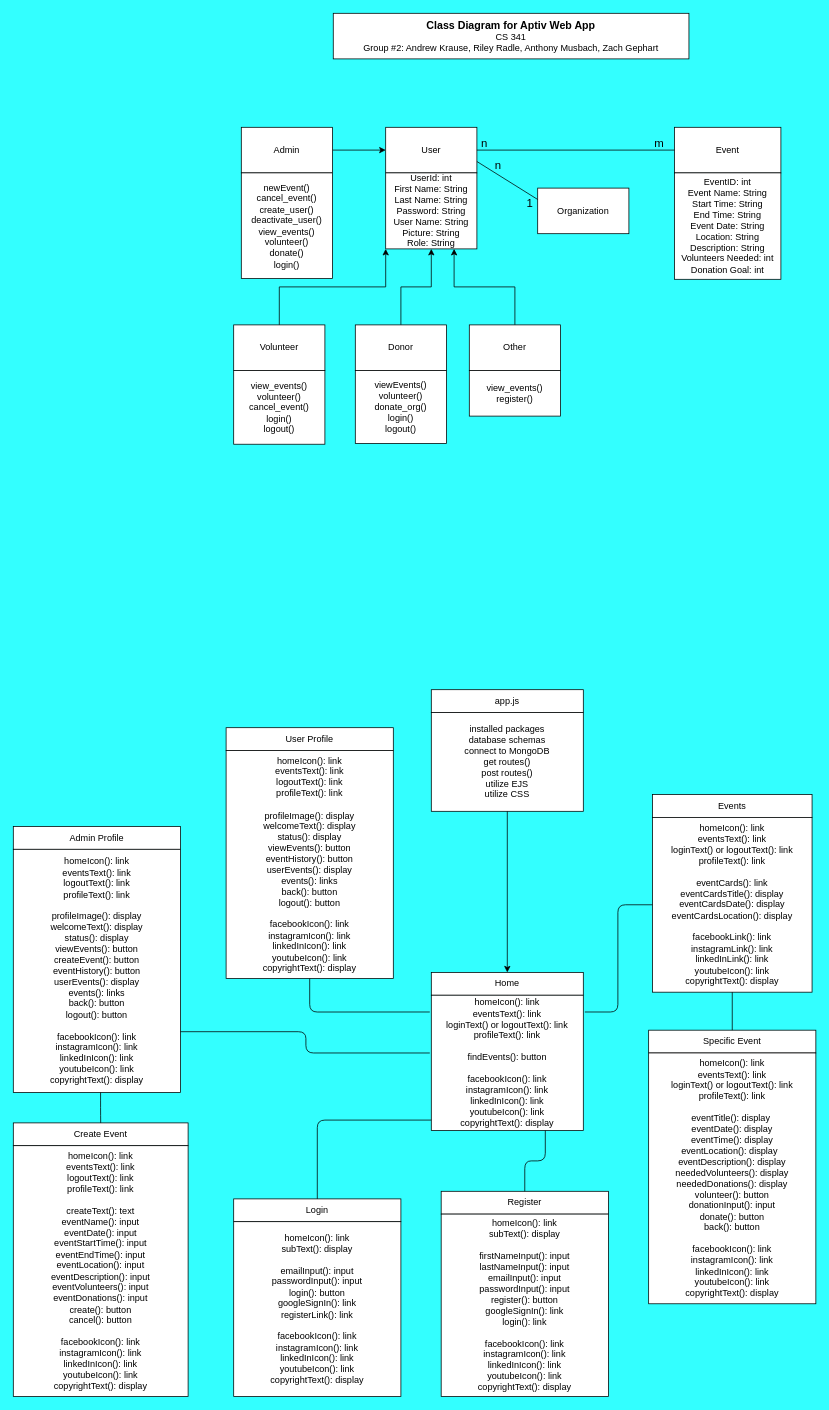
Above: Architecture-Design/DrawIO-Files/Architectural-Design(Class-Diagrams).drawio in Andrew-EKrause/TeamAptiv-Web-App (draw.io), before the change. Source tidied: cells renumbered, new cells numbered last; positions are measured from the earlier drawing's top-left corner, leaving out a move shared by most shapes. Both pictures are drawn from the tidied source at 76%, with x=0, y=0 at pixel (13, 13).
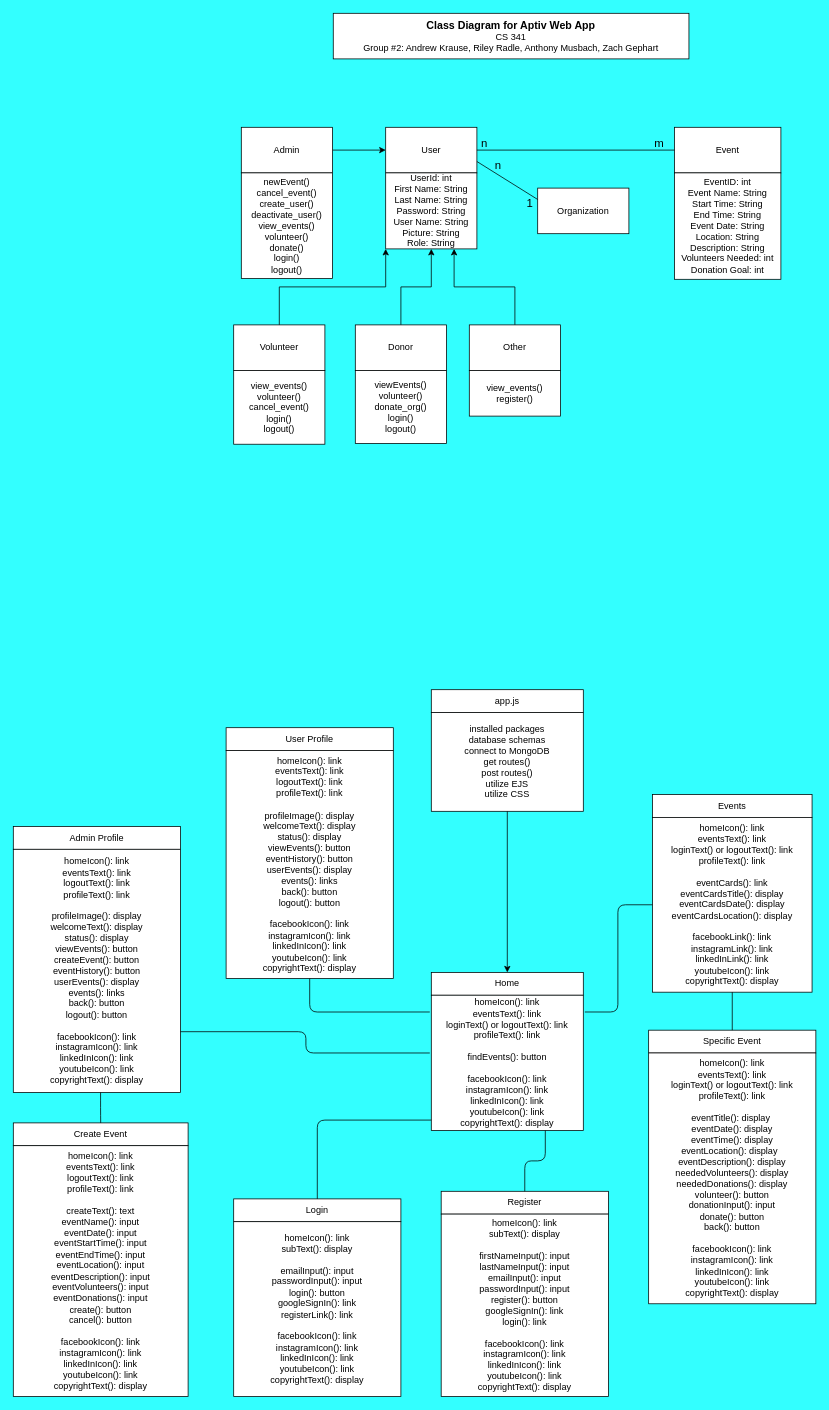
The same diagram, later.

The edit, as a diff of the source:
```diff
@@
-    <mxCell id="15" value="newEvent()&lt;br&gt;cancel_event()&lt;br&gt;create_user()&lt;br&gt;deactivate_user()&lt;br&gt;view_events()&lt;br&gt;volunteer()&lt;br&gt;donate()&lt;br&gt;login()" style="rounded=0;whiteSpace=wrap;html=1;" parent="1" vertex="1">
+    <mxCell id="15" value="newEvent()&lt;br&gt;cancel_event()&lt;br&gt;create_user()&lt;br&gt;deactivate_user()&lt;br&gt;view_events()&lt;br&gt;volunteer()&lt;br&gt;donate()&lt;br&gt;login()&lt;br&gt;logout()" style="rounded=0;whiteSpace=wrap;html=1;" parent="1" vertex="1">
       <mxGeometry x="300" y="210" width="120" height="139" as="geometry" />
     </mxCell>
```
